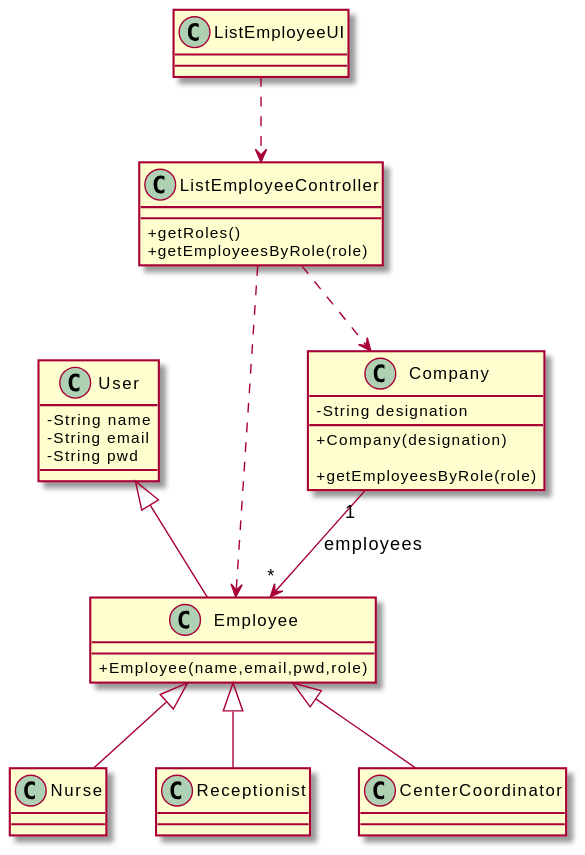
This is docs/SprintB/US11/CD/US11_CD.svg from miseEnPlace-i/lapr2, a PlantUML export, as it was before one commit.
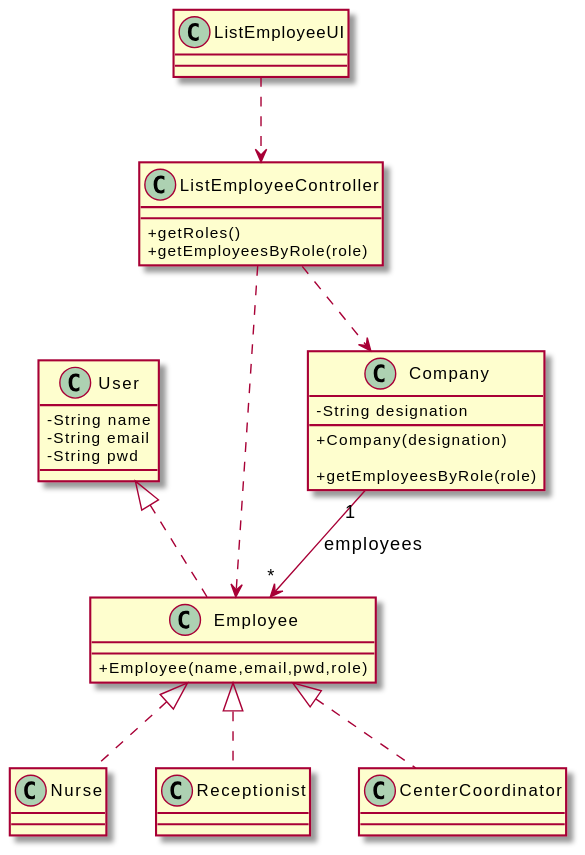
After the commit.

Diff of the diagram source:
```diff
@@ -36,10 +36,10 @@
 ListEmployeeController ..> Company
 Company "1" --> "*" Employee : employees
 
-User <|-- Employee
+User <|.. Employee
 
-Employee <|-- Nurse
-Employee <|-- Receptionist
-Employee <|-- CenterCoordinator
+Employee <|.. Nurse
+Employee <|.. Receptionist
+Employee <|.. CenterCoordinator
 
 @enduml
```
